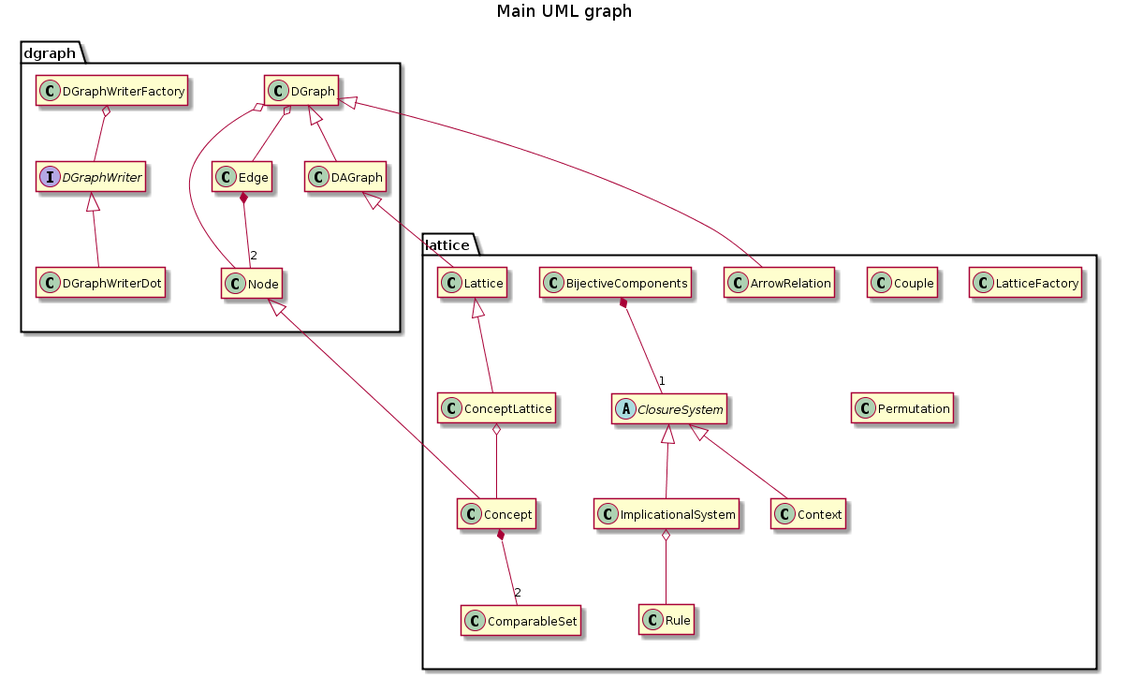
Before: api/UML.png, a diagram exported from PlantUML (EstrellaRL/java-lattices).
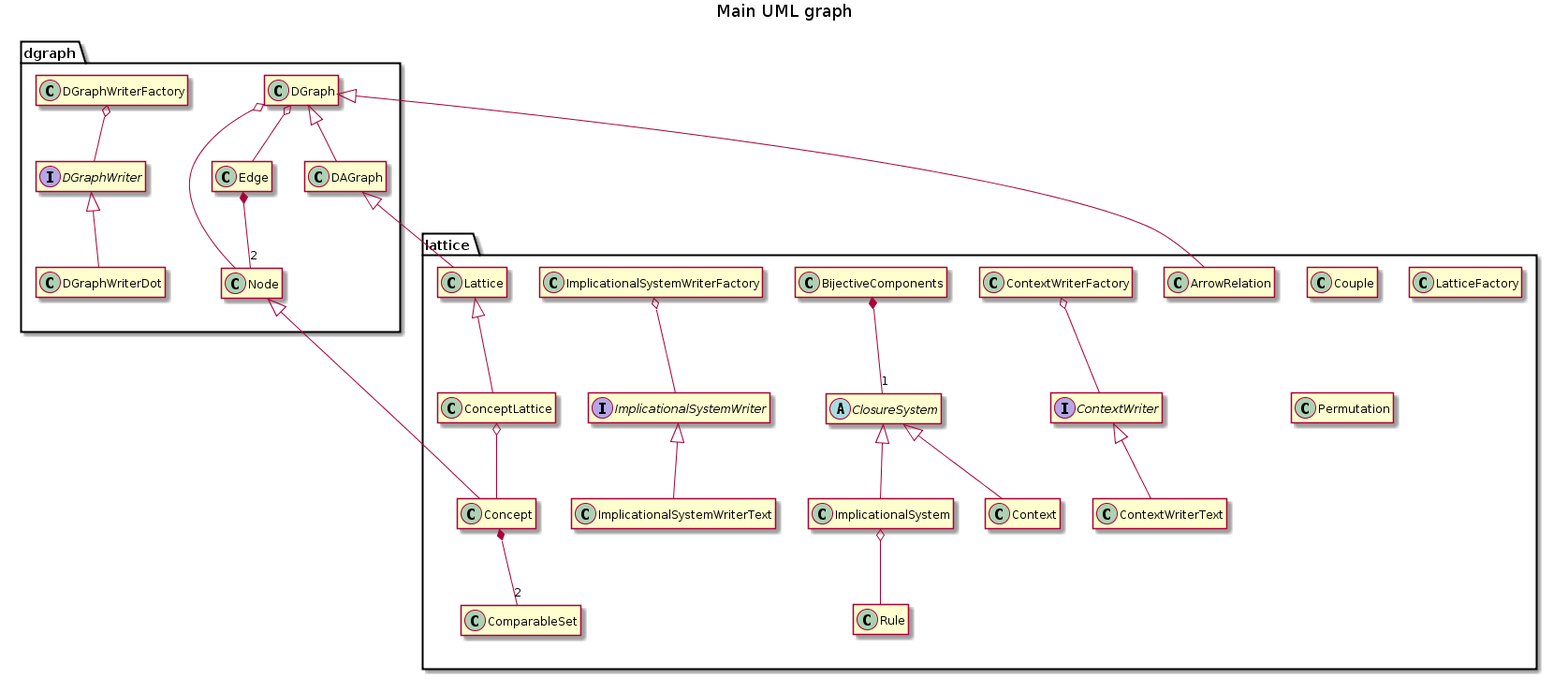
Later version of the same file.

What changed in the source:
```diff
@@ -42,7 +42,7 @@
         .. Transformers ..
         +String toString()
         .. Persistence ..
-        +void write(final String filename)
+        +void save(final String filename)
         .. Operations ..
         +boolean addNode(final Node node)
         +boolean addEdge(final Node from, final Node to, final Object content)
@@ -70,13 +70,13 @@
 }
 package dgraph {
     interface DGraphWriter {
-        +void write(DGraph graph, DataOutputStream out)
+        +void write(DGraph graph, BufferedWriter file)
     }
 }
 package dgraph {
     class DGraphWriterDot {
     	-{static}DGraphWriterDot instance
-        +void write(DGraph graph, DataOutputStream out)
+        +void write(DGraph graph, BufferedWriter file)
         +{static}DGraphWriterDot getInstance()
         +{static}void register()
     }
@@ -326,10 +326,35 @@
         +ConceptLattice lattice()
         .. Transformers ..
         String toString()
-        void toFile(String filename)
+        void save(String filename)
     }
 
     ClosureSystem <|-- Context
+}
+package lattice {
+    class ContextWriterFactory {
+    	-{static}HashMap<String, ContextWriter> writers
+        +{static}ContextWriter register(ContextWriter writer, String extension)
+        +{static}ContextWriter unregister(String extension)
+        +{static}ContextWriter get(String extension)
+    }
+
+    ContextWriterFactory o-- ContextWriter
+}
+package lattice {
+    interface ContextWriter {
+        +void write(Context context, BufferedWriter file)
+    }
+}
+package lattice {
+    class ContextWriterText {
+    	-{static}ContextWriterText instance
+        +void write(Context context, BufferedWriter file)
+        +{static}ContextWriterText getInstance()
+        +{static}void register()
+    }
+
+    ContextWriter <|-- ContextWriterText
 }
 package lattice {
     class ArrowRelation {
@@ -345,7 +370,7 @@
     class ClosureSystem {
         +{abstract} TreeSet<Comparable> getSet()
         +{abstract} TreeSet<Comparable> closure(TreeSet<Comparable> set)
-        +{abstract} void toFile(String file)
+        +{abstract} void save(String file)
 
         +ConceptLattice closedSetLattice(boolean  diagram)
         +ConceptLattice lattice()
@@ -384,12 +409,12 @@
         +ConceptLattice meetClosure()
         +ConceptLattice irreducibleClosure()
         +Context getTable()
-        +IS getIS()
+        +ImplicationalSystem getImplicationalSystem()
 
         +DGraph getDependencyGraph()
         #setDependencyGraph(DGraph graph)
         #hasDependencyGraph()
-        +IS getCanonicalDirectBasis()
+        +ImplicationalSystem getCanonicalDirectBasis()
         +TreeSet getMinimalGenerators()
         +DGraph getArrowRelation()
         +Context getDoubleArrowTable()
@@ -503,7 +528,7 @@
         +boolean isReduced()
         .. Transformers ..
         +String toString()
-        +void toFile(String filename)
+        +void save(String filename)
         .. Operations ..
         +int makeProper()
         +int makeUnary()
@@ -525,6 +550,31 @@
     ImplicationalSystem o-- Rule
 }
 
+package lattice {
+    interface ImplicationalSystemWriter {
+        +void write(ImplicationalSystem system, BufferedWriter file)
+    }
+}
+package lattice {
+    class ImplicationalSystemWriterFactory {
+    	-{static}HashMap<String, ImplicationalSystemWriter> writers
+        +{static}ImplicationalSystemWriter register(ImplicationalSystemWriter writer, String extension)
+        +{static}ImplicationalSystemWriter unregister(String extension)
+        +{static}ImplicationalSystemWriter get(String extension)
+    }
+
+    ImplicationalSystemWriterFactory o-- ImplicationalSystemWriter
+}
+package lattice {
+    class ImplicationalSystemWriterText {
+    	-{static}ImplicationalSystemWriterText instance
+        +void write(ImplicationalSystem system, BufferedWriter file)
+        +{static}ImplicationalSystemWriterText getInstance()
+        +{static}void register()
+    }
+
+    ImplicationalSystemWriter <|-- ImplicationalSystemWriterText
+}
 package lattice {
     class Couple {
         -Object left
```
